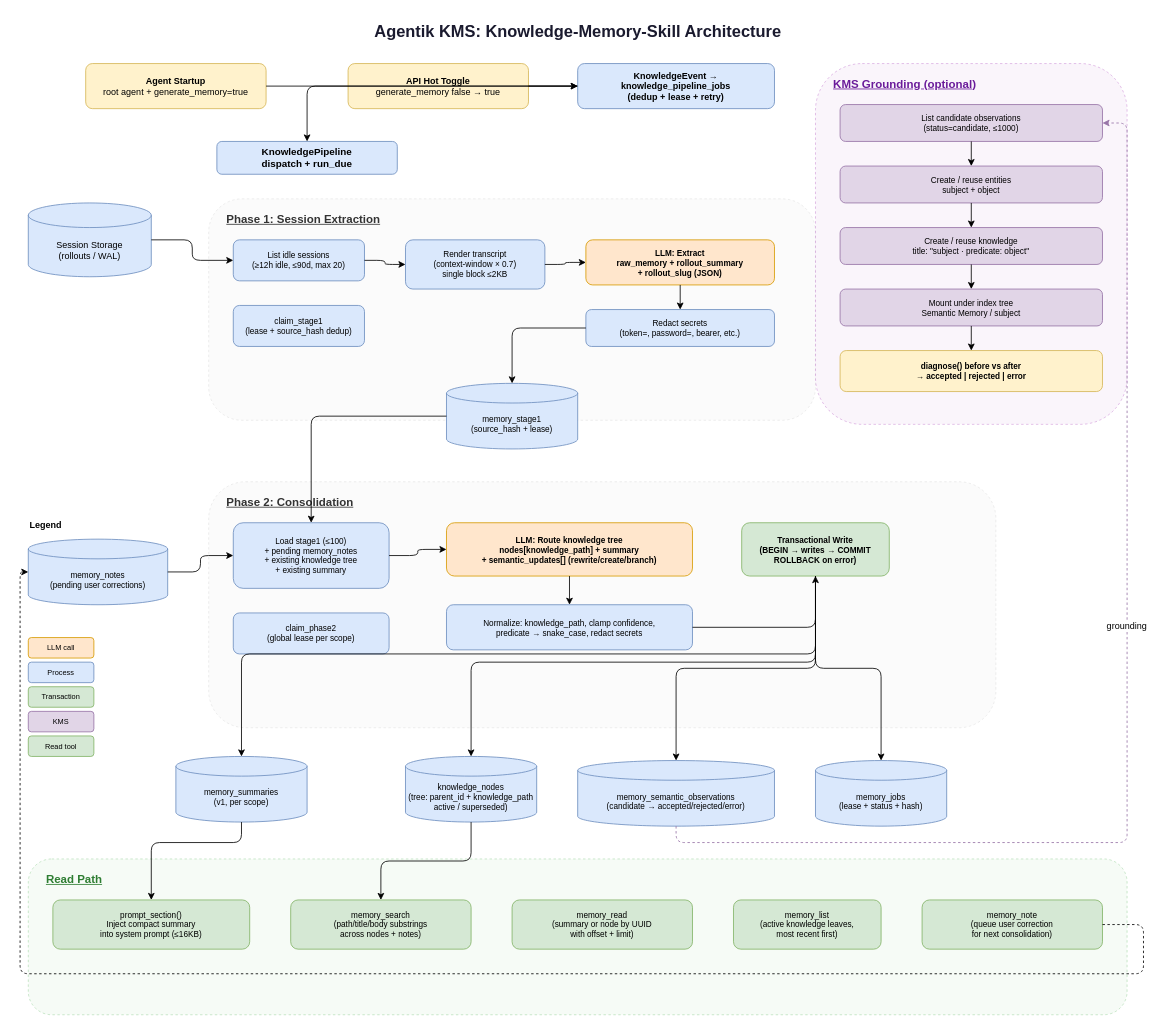
This is crates/agentik-kms/architecture.drawio from auto-nomics/autonomics, a draw.io file, before an edit. Source tidied: cells renumbered, new cells numbered last; positions are measured from the earlier drawing's top-left corner, leaving out a move shared by most shapes. Both pictures are drawn from the tidied source at 82%, with x=0, y=0 at pixel (20, 14).
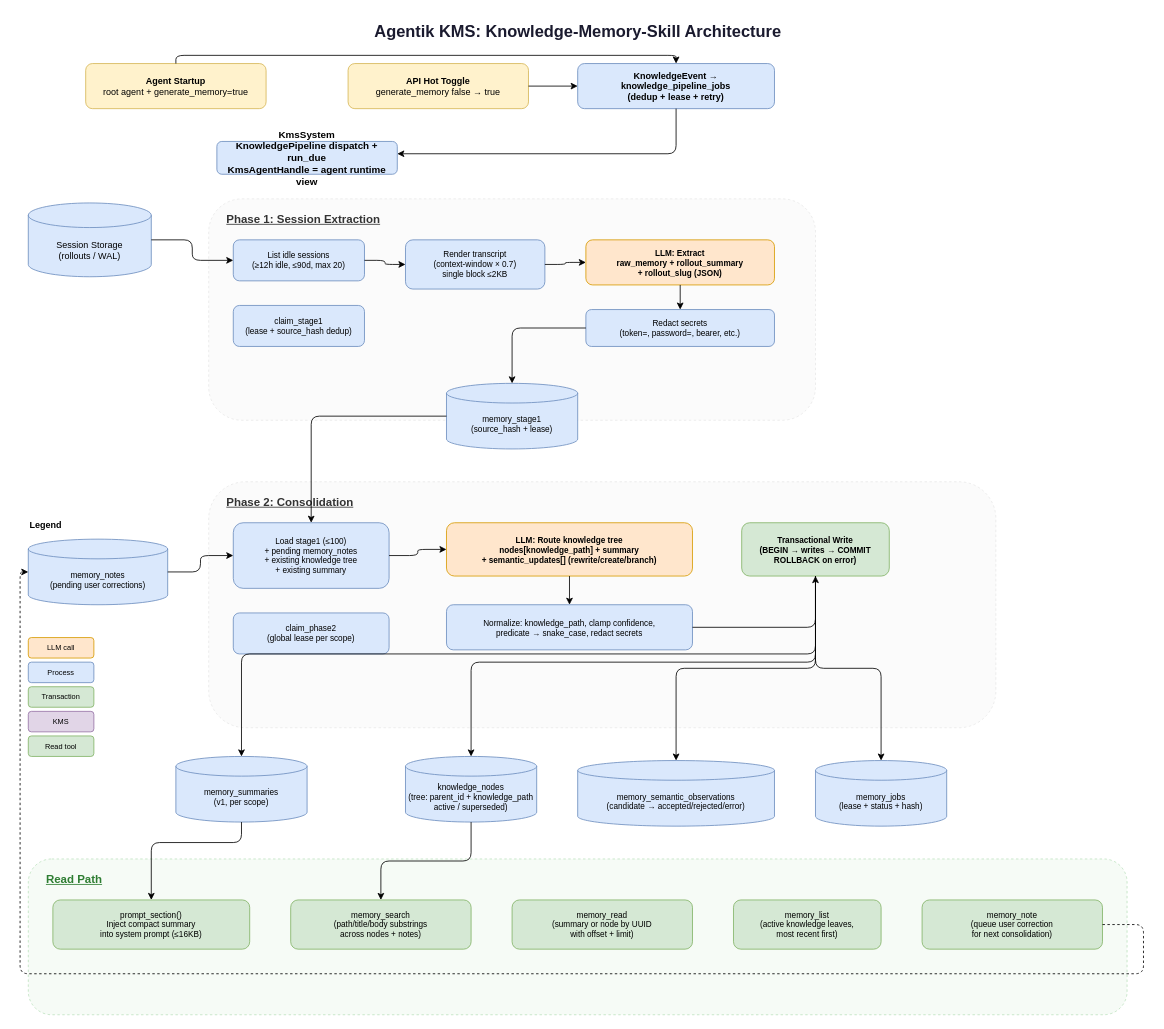
After the change.

The change refers to these unchanged cells:
```xml
<mxCell id="3" value="&lt;b&gt;Agent Startup&lt;/b&gt;&lt;br&gt;root agent + generate_memory=true" style="rounded=1;whiteSpace=wrap;html=1;fillColor=#fff2cc;strokeColor=#d6b656;fontSize=11;" parent="1" vertex="1">
  <mxGeometry x="80" y="60" width="220" height="55" as="geometry" />
</mxCell>
<mxCell id="5" value="KnowledgeEvent → knowledge_pipeline_jobs&#10;(dedup + lease + retry)" style="rounded=1;whiteSpace=wrap;html=1;fillColor=#dae8fc;strokeColor=#6c8ebf;fontSize=11;fontStyle=1;" parent="1" vertex="1">
  <mxGeometry x="680" y="60" width="240" height="55" as="geometry" />
</mxCell>
<mxCell id="39" value="memory_semantic_observations&#10;(candidate → accepted/rejected/error)" style="shape=cylinder3;whiteSpace=wrap;html=1;boundedLbl=1;backgroundOutline=1;size=12;fillColor=#dae8fc;strokeColor=#6c8ebf;fontSize=10;" parent="1" vertex="1">
  <mxGeometry x="680" y="910" width="240" height="80" as="geometry" />
</mxCell>
```

The edit, as a diff of the source:
```diff
@@
-    <mxCell id="6" value="KnowledgePipeline&#10;dispatch + run_due" style="rounded=1;whiteSpace=wrap;html=1;fillColor=#dae8fc;strokeColor=#6c8ebf;fontSize=12;fontStyle=1;" parent="1" vertex="1">
+    <mxCell id="6" value="KmsSystem&#10;KnowledgePipeline dispatch + run_due&#10;KmsAgentHandle = agent runtime view" style="rounded=1;whiteSpace=wrap;html=1;fillColor=#dae8fc;strokeColor=#6c8ebf;fontSize=12;fontStyle=1;" parent="1" vertex="1">
       <mxGeometry x="240" y="155" width="220" height="40" as="geometry" />
     </mxCell>
     <mxCell id="7" style="edgeStyle=orthogonalEdgeStyle;rounded=1;" parent="1" edge="1" source="3" target="5">
-      <mxGeometry relative="1" as="geometry" />
+      <mxGeometry relative="1" as="geometry">
+        <Array as="points">
+          <mxPoint x="190" y="50" />
+          <mxPoint x="800" y="50" />
+        </Array>
+      </mxGeometry>
     </mxCell>
@@
     <mxCell id="9" style="edgeStyle=orthogonalEdgeStyle;rounded=1;" parent="1" edge="1" source="5" target="6">
-      <mxGeometry relative="1" as="geometry" />
+      <mxGeometry relative="1" as="geometry">
+        <Array as="points">
+          <mxPoint x="800" y="170" />
+        </Array>
+      </mxGeometry>
     </mxCell>
@@
-    <mxCell id="45" style="rounded=1;whiteSpace=wrap;html=1;fillColor=#f3e5f5;strokeColor=#ab47bc;dashed=1;opacity=40;" parent="1" vertex="1">
-      <mxGeometry x="970" y="60" width="380" height="440" as="geometry" />
-    </mxCell>
-    <mxCell id="46" value="KMS Grounding (optional)" style="text;html=1;fontSize=14;fontStyle=5;fontColor=#6a1b9a;align=left;" parent="1" vertex="1">
-      <mxGeometry x="990" y="70" width="250" height="25" as="geometry" />
-    </mxCell>
-    <mxCell id="47" value="List candidate observations&#10;(status=candidate, ≤1000)" style="rounded=1;whiteSpace=wrap;html=1;fillColor=#e1d5e7;strokeColor=#9673a6;fontSize=10;" parent="1" vertex="1">
-      <mxGeometry x="1000" y="110" width="320" height="45" as="geometry" />
-    </mxCell>
-    <mxCell id="48" value="Create / reuse entities&#10;subject + object" style="rounded=1;whiteSpace=wrap;html=1;fillColor=#e1d5e7;strokeColor=#9673a6;fontSize=10;" parent="1" vertex="1">
-      <mxGeometry x="1000" y="185" width="320" height="45" as="geometry" />
-    </mxCell>
-    <mxCell id="49" value="Create / reuse knowledge&#10;title: &quot;subject · predicate: object&quot;" style="rounded=1;whiteSpace=wrap;html=1;fillColor=#e1d5e7;strokeColor=#9673a6;fontSize=10;" parent="1" vertex="1">
-      <mxGeometry x="1000" y="260" width="320" height="45" as="geometry" />
-    </mxCell>
-    <mxCell id="50" value="Mount under index tree&#10;Semantic Memory / subject" style="rounded=1;whiteSpace=wrap;html=1;fillColor=#e1d5e7;strokeColor=#9673a6;fontSize=10;" parent="1" vertex="1">
-      <mxGeometry x="1000" y="335" width="320" height="45" as="geometry" />
-    </mxCell>
-    <mxCell id="51" value="diagnose() before vs after&#10;→ accepted | rejected | error" style="rounded=1;whiteSpace=wrap;html=1;fillColor=#fff2cc;strokeColor=#d6b656;fontSize=10;fontStyle=1;" parent="1" vertex="1">
-      <mxGeometry x="1000" y="410" width="320" height="50" as="geometry" />
-    </mxCell>
-    <mxCell id="52" style="edgeStyle=orthogonalEdgeStyle;rounded=1;" parent="1" edge="1" source="47" target="48">
-      <mxGeometry relative="1" as="geometry" />
-    </mxCell>
-    <mxCell id="53" style="edgeStyle=orthogonalEdgeStyle;rounded=1;" parent="1" edge="1" source="48" target="49">
-      <mxGeometry relative="1" as="geometry" />
-    </mxCell>
-    <mxCell id="54" style="edgeStyle=orthogonalEdgeStyle;rounded=1;" parent="1" edge="1" source="49" target="50">
-      <mxGeometry relative="1" as="geometry" />
-    </mxCell>
-    <mxCell id="55" style="edgeStyle=orthogonalEdgeStyle;rounded=1;" parent="1" edge="1" source="50" target="51">
-      <mxGeometry relative="1" as="geometry" />
-    </mxCell>
-    <mxCell id="56" value="grounding" style="edgeStyle=orthogonalEdgeStyle;rounded=1;dashed=1;strokeColor=#9673a6;" parent="1" edge="1" source="39" target="47">
-      <mxGeometry x="0.13" relative="1" as="geometry">
-        <Array as="points">
-          <mxPoint x="800" y="1010" />
-          <mxPoint x="1350" y="1010" />
-          <mxPoint x="1350" y="132.5" />
-        </Array>
-      </mxGeometry>
-    </mxCell>
```
